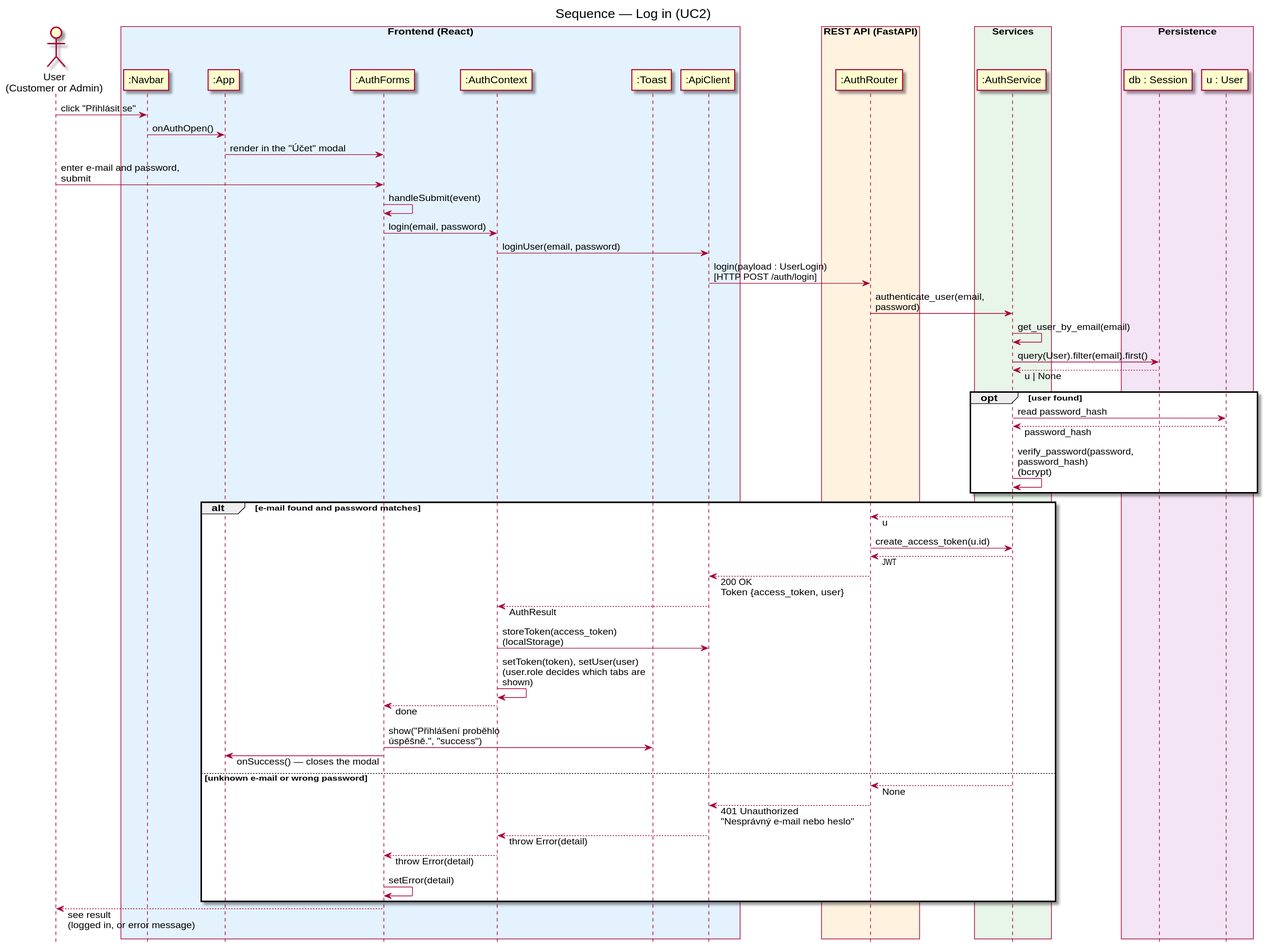
Above: docs/diagrams/sequence-login.svg in DavidMagyarics/CarRentalVSB (PlantUML), before the change.
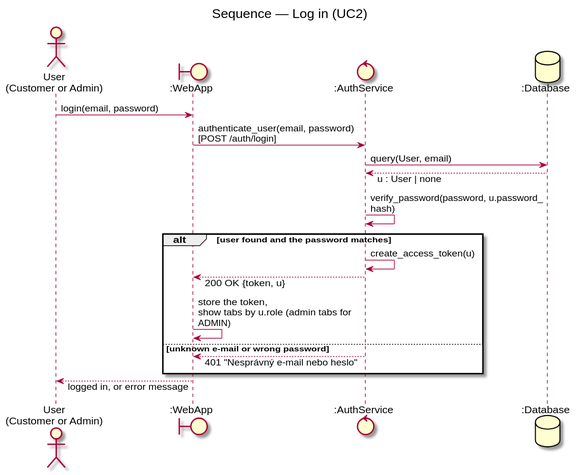
The same file after the commit.

Change to the diagram source:
```diff
@@ -1,66 +1,26 @@
 @startuml sequence-login
 skinparam backgroundColor white
 skinparam responseMessageBelowArrow true
-skinparam maxMessageSize 220
-hide footbox
+skinparam maxMessageSize 260
 title Sequence — Log in (UC2)
+actor "User\n(Customer or Admin)" as User
+boundary ":WebApp" as Web
+control ":AuthService" as Auth
+database ":Database" as DB
 
-actor "User\n(Customer or Admin)" as User
-box "Frontend (React)" #E3F2FD
-  participant ":Navbar" as Navbar
-  participant ":App" as App
-  participant ":AuthForms" as AuthForms
-  participant ":AuthContext" as AuthContext
-  participant ":Toast" as Toast
-  participant ":ApiClient" as ApiClient
-end box
-box "REST API (FastAPI)" #FFF3E0
-  participant ":AuthRouter" as AuthRouter
-end box
-box "Services" #E8F5E9
-  participant ":AuthService" as AuthService
-end box
-box "Persistence" #F3E5F5
-  participant "db : Session" as DB
-  participant "u : User" as U
-end box
+User -> Web : login(email, password)
+Web -> Auth : authenticate_user(email, password)\n[POST /auth/login]
+Auth -> DB : query(User, email)
+DB --> Auth : u : User | none
+Auth -> Auth : verify_password(password, u.password_hash)
 
-User -> Navbar : click "Přihlásit se"
-Navbar -> App : onAuthOpen()
-App -> AuthForms : render in the "Účet" modal
-User -> AuthForms : enter e-mail and password, submit
-AuthForms -> AuthForms : handleSubmit(event)
-AuthForms -> AuthContext : login(email, password)
-AuthContext -> ApiClient : loginUser(email, password)
-ApiClient -> AuthRouter : login(payload : UserLogin)\n[HTTP POST /auth/login]
-AuthRouter -> AuthService : authenticate_user(email, password)
-AuthService -> AuthService : get_user_by_email(email)
-AuthService -> DB : query(User).filter(email).first()
-DB --> AuthService : u | None
-opt user found
-  AuthService -> U : read password_hash
-  U --> AuthService : password_hash
-  AuthService -> AuthService : verify_password(password, password_hash)\n(bcrypt)
+alt user found and the password matches
+  Auth -> Auth : create_access_token(u)
+  Auth --> Web : 200 OK {token, u}
+  Web -> Web : store the token,\nshow tabs by u.role (admin tabs for ADMIN)
+else unknown e-mail or wrong password
+  Auth --> Web : 401 "Nesprávný e-mail nebo heslo"
 end
 
-alt e-mail found and password matches
-  AuthService --> AuthRouter : u
-  AuthRouter -> AuthService : create_access_token(u.id)
-  AuthService --> AuthRouter : JWT
-  AuthRouter --> ApiClient : 200 OK\nToken {access_token, user}
-  ApiClient --> AuthContext : AuthResult
-  AuthContext -> ApiClient : storeToken(access_token)\n(localStorage)
-  AuthContext -> AuthContext : setToken(token), setUser(user)\n(user.role decides which tabs are shown)
-  AuthContext --> AuthForms : done
-  AuthForms -> Toast : show("Přihlášení proběhlo úspěšně.", "success")
-  AuthForms -> App : onSuccess() — closes the modal
-else unknown e-mail or wrong password
-  AuthService --> AuthRouter : None
-  AuthRouter --> ApiClient : 401 Unauthorized\n"Nesprávný e-mail nebo heslo"
-  ApiClient --> AuthContext : throw Error(detail)
-  AuthContext --> AuthForms : throw Error(detail)
-  AuthForms -> AuthForms : setError(detail)
-end
-
-AuthForms --> User : see result\n(logged in, or error message)
+Web --> User : logged in, or error message
 @enduml
```
